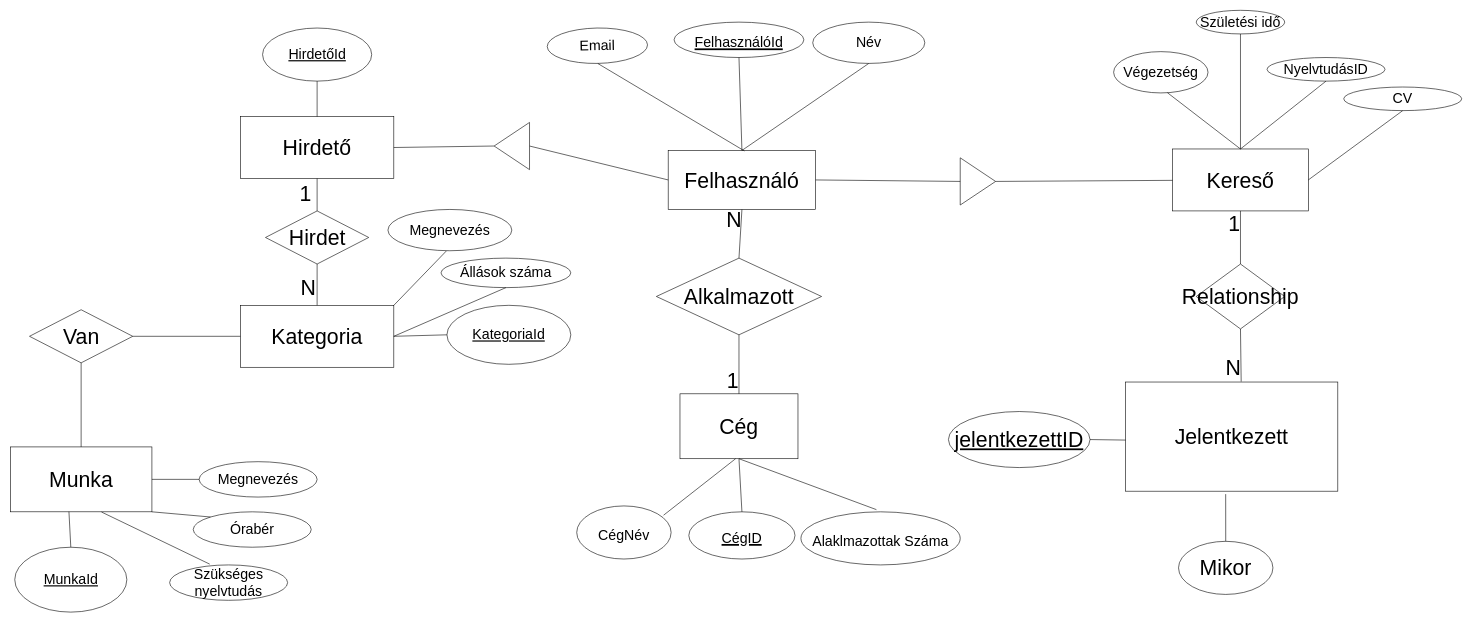
Before: Dokumentéció/EgyedKapcsolat.drawio in Rudnay07/AdatBazisAlpuRendszerek, a draw.io diagram. Source tidied: cells renumbered, new cells numbered last; positions are measured from the earlier drawing's top-left corner, leaving out a move shared by most shapes. Both pictures are drawn from the tidied source at 59%, with x=0, y=0 at pixel (10, 10).
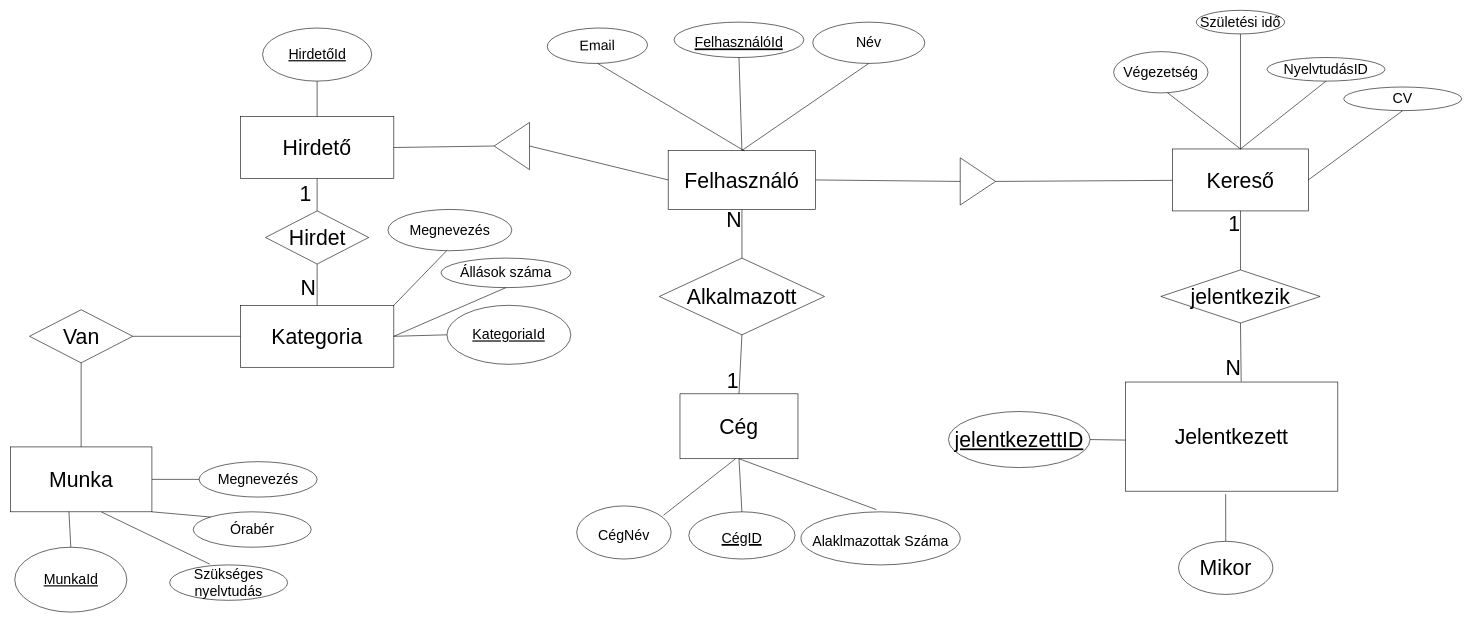
Above is the later version.

Change to the diagram source:
```diff
@@
     <mxCell id="7" value="Alkalmazott" style="shape=rhombus;perimeter=rhombusPerimeter;whiteSpace=wrap;html=1;align=center;fontSize=36;" parent="1" vertex="1">
-      <mxGeometry x="1095" y="420" width="280" height="130" as="geometry" />
+      <mxGeometry x="1100" y="420" width="280" height="130" as="geometry" />
     </mxCell>
@@
-    <mxCell id="63" value="Relationship" style="shape=rhombus;perimeter=rhombusPerimeter;whiteSpace=wrap;html=1;align=center;fontSize=36;" parent="1" vertex="1">
-      <mxGeometry x="2010" y="430" width="150" height="110" as="geometry" />
+    <mxCell id="63" value="jelentkezik" style="shape=rhombus;perimeter=rhombusPerimeter;whiteSpace=wrap;html=1;align=center;fontSize=36;" parent="1" vertex="1">
+      <mxGeometry x="1950" y="440" width="270" height="90" as="geometry" />
     </mxCell>
```
